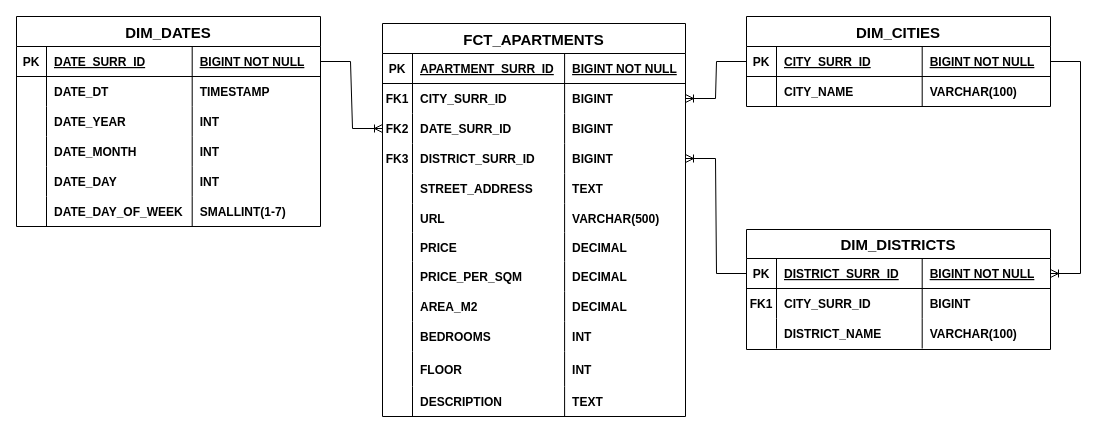
Earlier version of the draw.io diagram database/Apartments_Star_Schema.drawio (GiorgiEz/apartment-analytics). Source tidied: cells renumbered, new cells numbered last; positions are measured from the earlier drawing's top-left corner, leaving out a move shared by most shapes. Both pictures are drawn from the tidied source at 100%, with x=0, y=0 at pixel (16, 16).
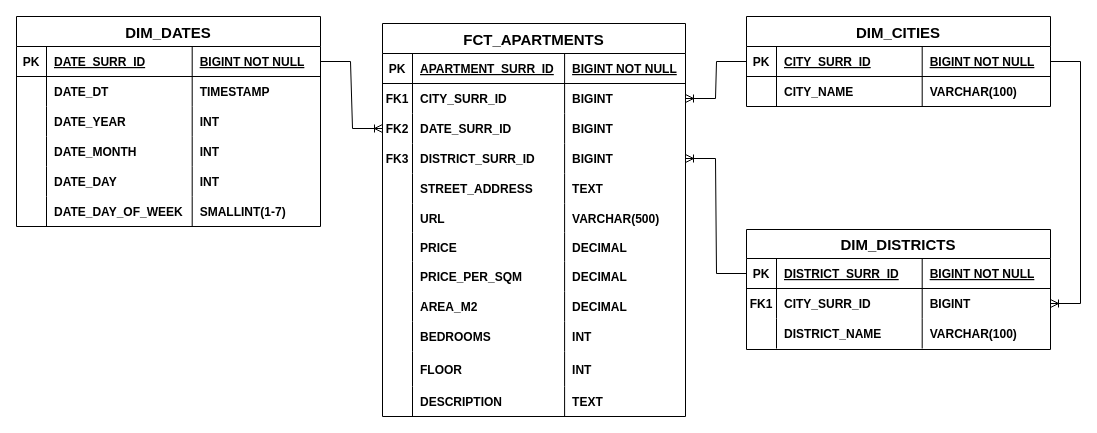
After the change.

Unchanged cells that the change refers to:
```xml
<mxCell id="78" style="shape=partialRectangle;fillColor=none;points=[[0,0.5],[1,0.5]];portConstraint=eastwest;top=0;left=0;right=0;bottom=1;" parent="77" vertex="1">
  <mxGeometry y="30" width="304" height="30" as="geometry" />
</mxCell>
<mxCell id="87" style="shape=partialRectangle;fillColor=none;points=[[0,0.5],[1,0.5]];portConstraint=eastwest;top=0;left=0;right=0;bottom=1;" parent="86" vertex="1">
  <mxGeometry y="29" width="304" height="30" as="geometry" />
</mxCell>
<mxCell id="91" style="shape=tableRow;horizontal=0;startSize=0;swimlaneHead=0;swimlaneBody=0;fillColor=none;points=[[0,0.5],[1,0.5]];portConstraint=eastwest;top=0;left=0;right=0;bottom=0;" parent="86" vertex="1">
  <mxGeometry y="59" width="304" height="30" as="geometry" />
</mxCell>
```

What changed in the source:
```diff
@@
-    <mxCell id="101" style="edgeStyle=entityRelationEdgeStyle;fontSize=12;html=1;endArrow=ERoneToMany;rounded=0;exitX=1;exitY=0.5;exitDx=0;exitDy=0;" parent="1" edge="1" source="78" target="87">
+    <mxCell id="101" style="edgeStyle=entityRelationEdgeStyle;fontSize=12;html=1;endArrow=ERoneToMany;rounded=0;exitX=1;exitY=0.5;exitDx=0;exitDy=0;" parent="1" edge="1" source="78" target="91">
       <mxGeometry relative="1" as="geometry">
         <Array as="points">
           <mxPoint x="1336" y="710" />
         </Array>
       </mxGeometry>
     </mxCell>
```
